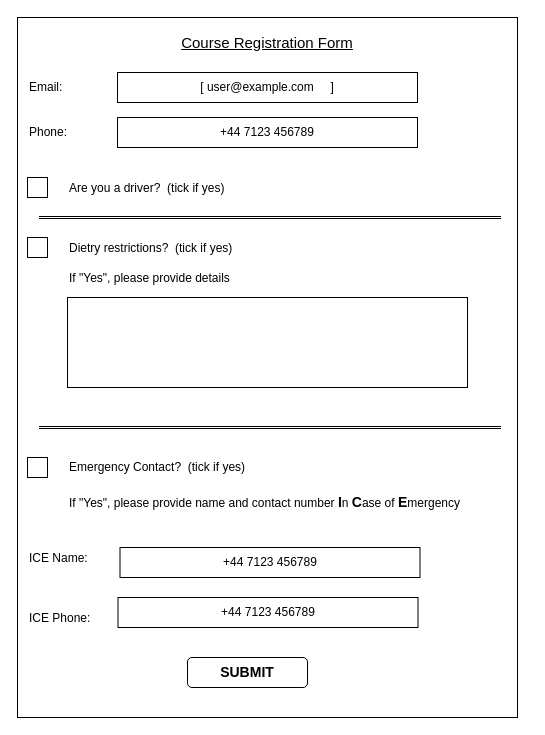
Earlier version of the draw.io diagram design/wireframes/course_registration_form.drawio (CheyenneMDavid/foraging-link-ui). Source tidied: cells renumbered, new cells numbered last; positions are measured from the earlier drawing's top-left corner, leaving out a move shared by most shapes. Both pictures are drawn from the tidied source at 100%, with x=0, y=0 at pixel (17, 17).
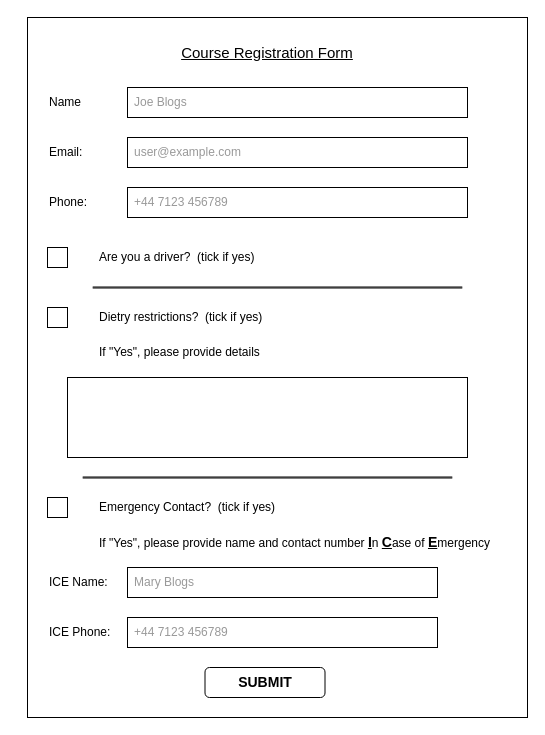
The same page after the edit.

Commit message:
Added 'Name' field and clarified the placeholders

What changed in the source:
```diff
@@
-    <mxCell id="2" style="rounded=0;whiteSpace=wrap;html=1;align=left;" parent="1" vertex="1">
-      <mxGeometry width="500" height="700" as="geometry" />
+    <mxCell id="2" style="rounded=0;whiteSpace=wrap;html=1;align=left;verticalAlign=middle;" parent="1" vertex="1">
+      <mxGeometry x="10" width="500" height="700" as="geometry" />
     </mxCell>
     <mxCell id="3" value="Email:" style="text;html=1;align=left;verticalAlign=middle;whiteSpace=wrap;rounded=0;" parent="1" vertex="1">
-      <mxGeometry x="10" y="55" width="50" height="30" as="geometry" />
+      <mxGeometry x="30" y="120" width="70" height="30" as="geometry" />
     </mxCell>
-    <mxCell id="4" value="[ user@example.com&amp;nbsp; &amp;nbsp; &amp;nbsp;]" style="rounded=0;whiteSpace=wrap;html=1;align=center;" parent="1" vertex="1">
-      <mxGeometry x="100" y="55" width="300" height="30" as="geometry" />
+    <mxCell id="4" value="user@example.com" style="rounded=0;whiteSpace=wrap;html=1;align=left;verticalAlign=middle;spacingLeft=5;fontColor=#999999;" parent="1" vertex="1">
+      <mxGeometry x="110" y="120" width="340" height="30" as="geometry" />
     </mxCell>
     <mxCell id="5" value="Course Registration Form" style="text;html=1;align=center;verticalAlign=middle;whiteSpace=wrap;rounded=0;flipH=0;flipV=1;fontSize=15;fontStyle=4;" parent="1" vertex="1">
-      <mxGeometry y="10" width="500" height="30" as="geometry" />
+      <mxGeometry y="20" width="500" height="30" as="geometry" />
     </mxCell>
     <mxCell id="6" value="Phone:" style="text;html=1;align=left;verticalAlign=middle;whiteSpace=wrap;rounded=0;" parent="1" vertex="1">
-      <mxGeometry x="10" y="100" width="50" height="30" as="geometry" />
+      <mxGeometry x="30" y="170" width="70" height="30" as="geometry" />
     </mxCell>
-    <mxCell id="7" style="rounded=0;whiteSpace=wrap;html=1;" parent="1" vertex="1">
-      <mxGeometry x="10" y="160" width="20" height="20" as="geometry" />
+    <mxCell id="7" style="rounded=0;whiteSpace=wrap;html=1;verticalAlign=middle;" parent="1" vertex="1">
+      <mxGeometry x="30" y="230" width="20" height="20" as="geometry" />
     </mxCell>
-    <mxCell id="8" value="+44 7123 456789" style="rounded=0;whiteSpace=wrap;html=1;align=center;" parent="1" vertex="1">
-      <mxGeometry x="100" y="100" width="300" height="30" as="geometry" />
+    <mxCell id="8" value="+44 7123 456789" style="rounded=0;whiteSpace=wrap;html=1;align=left;verticalAlign=middle;spacingLeft=5;fontColor=#999999;" parent="1" vertex="1">
+      <mxGeometry x="110" y="170" width="340" height="30" as="geometry" />
     </mxCell>
-    <mxCell id="9" value="Are you a driver?&amp;nbsp; (tick if yes)" style="text;html=1;align=left;verticalAlign=bottom;whiteSpace=wrap;rounded=0;" parent="1" vertex="1">
-      <mxGeometry x="50" y="160" width="202.5" height="20" as="geometry" />
+    <mxCell id="9" value="Are you a driver?&amp;nbsp; (tick if yes)" style="text;html=1;align=left;verticalAlign=middle;whiteSpace=wrap;rounded=0;" parent="1" vertex="1">
+      <mxGeometry x="80" y="230" width="202.5" height="20" as="geometry" />
     </mxCell>
-    <mxCell id="10" value="Dietry restrictions?&amp;nbsp; (tick if yes)" style="text;html=1;align=left;verticalAlign=bottom;whiteSpace=wrap;rounded=0;" parent="1" vertex="1">
-      <mxGeometry x="50" y="220" width="212.5" height="20" as="geometry" />
+    <mxCell id="10" value="Dietry restrictions?&amp;nbsp; (tick if yes)" style="text;html=1;align=left;verticalAlign=middle;whiteSpace=wrap;rounded=0;" parent="1" vertex="1">
+      <mxGeometry x="80" y="290" width="212.5" height="20" as="geometry" />
     </mxCell>
-    <mxCell id="11" style="rounded=0;whiteSpace=wrap;html=1;" parent="1" vertex="1">
-      <mxGeometry x="10" y="220" width="20" height="20" as="geometry" />
+    <mxCell id="11" style="rounded=0;whiteSpace=wrap;html=1;verticalAlign=middle;" parent="1" vertex="1">
+      <mxGeometry x="30" y="290" width="20" height="20" as="geometry" />
     </mxCell>
     <mxCell id="12" value="Emergency Contact?&amp;nbsp; (tick if yes)" style="text;html=1;align=left;verticalAlign=middle;whiteSpace=wrap;rounded=0;" parent="1" vertex="1">
-      <mxGeometry x="50" y="440" width="190" height="20" as="geometry" />
+      <mxGeometry x="80" y="480" width="190" height="20" as="geometry" />
     </mxCell>
-    <mxCell id="13" value="If &quot;Yes&quot;, please provide details" style="text;html=1;align=left;verticalAlign=bottom;whiteSpace=wrap;rounded=0;" parent="1" vertex="1">
-      <mxGeometry x="50" y="240" width="185" height="30" as="geometry" />
+    <mxCell id="13" value="If &quot;Yes&quot;, please provide details" style="text;html=1;align=left;verticalAlign=middle;whiteSpace=wrap;rounded=0;" parent="1" vertex="1">
+      <mxGeometry x="80" y="320" width="185" height="30" as="geometry" />
     </mxCell>
-    <mxCell id="14" style="shape=link;html=1;align=center;horizontal=0;verticalAlign=top;width=2;" parent="1" edge="1">
+    <mxCell id="14" style="shape=link;html=1;align=center;horizontal=0;verticalAlign=middle;width=1;" parent="1" edge="1">
       <mxGeometry relative="1" as="geometry">
-        <mxPoint x="21.5" y="200" as="sourcePoint" />
-        <mxPoint x="483.5" y="200" as="targetPoint" />
+        <mxPoint x="75.2" y="270" as="sourcePoint" />
+        <mxPoint x="444.8" y="270" as="targetPoint" />
+        <Array as="points">
+          <mxPoint x="232.5" y="270" />
+        </Array>
       </mxGeometry>
     </mxCell>
-    <mxCell id="15" style="shape=link;html=1;align=center;horizontal=0;verticalAlign=top;width=2;" parent="1" edge="1">
-      <mxGeometry relative="1" as="geometry">
-        <mxPoint x="21.5" y="410" as="sourcePoint" />
-        <mxPoint x="483.5" y="410" as="targetPoint" />
-      </mxGeometry>
-    </mxCell>
-    <mxCell id="16" style="rounded=0;whiteSpace=wrap;html=1;" parent="1" vertex="1">
-      <mxGeometry x="50" y="280" width="400" height="90" as="geometry" />
+    <mxCell id="16" style="rounded=0;whiteSpace=wrap;html=1;verticalAlign=middle;" parent="1" vertex="1">
+      <mxGeometry x="50" y="360" width="400" height="80" as="geometry" />
     </mxCell>
-    <mxCell id="17" style="rounded=0;whiteSpace=wrap;html=1;" parent="1" vertex="1">
-      <mxGeometry x="10" y="440" width="20" height="20" as="geometry" />
+    <mxCell id="17" style="rounded=0;whiteSpace=wrap;html=1;verticalAlign=middle;" parent="1" vertex="1">
+      <mxGeometry x="30" y="480" width="20" height="20" as="geometry" />
     </mxCell>
-    <mxCell id="18" value="If &quot;Yes&quot;, please provide name and contact number &lt;b&gt;&lt;font style=&quot;font-size: 14px;&quot;&gt;I&lt;/font&gt;&lt;/b&gt;n &lt;b&gt;&lt;font style=&quot;font-size: 14px;&quot;&gt;C&lt;/font&gt;&lt;/b&gt;ase of &lt;b&gt;&lt;font style=&quot;font-size: 14px;&quot;&gt;E&lt;/font&gt;&lt;/b&gt;mergency" style="text;html=1;align=left;verticalAlign=middle;whiteSpace=wrap;rounded=0;" parent="1" vertex="1">
-      <mxGeometry x="50" y="470" width="410" height="30" as="geometry" />
+    <mxCell id="18" value="If &quot;Yes&quot;, please provide name and contact number &lt;b&gt;&lt;font style=&quot;font-size: 14px;&quot;&gt;&lt;u&gt;I&lt;/u&gt;&lt;/font&gt;&lt;/b&gt;n &lt;b&gt;&lt;font style=&quot;font-size: 14px;&quot;&gt;&lt;u&gt;C&lt;/u&gt;&lt;/font&gt;&lt;/b&gt;ase of &lt;b&gt;&lt;font style=&quot;font-size: 14px;&quot;&gt;&lt;u&gt;E&lt;/u&gt;&lt;/font&gt;&lt;/b&gt;mergency" style="text;html=1;align=left;verticalAlign=middle;whiteSpace=wrap;rounded=0;" parent="1" vertex="1">
+      <mxGeometry x="80" y="510" width="410" height="30" as="geometry" />
     </mxCell>
-    <mxCell id="19" value="ICE Name:" style="text;html=1;align=left;verticalAlign=bottom;whiteSpace=wrap;rounded=0;" parent="1" vertex="1">
-      <mxGeometry x="10" y="520" width="80" height="30" as="geometry" />
+    <mxCell id="19" value="ICE Name:" style="text;html=1;align=left;verticalAlign=middle;whiteSpace=wrap;rounded=0;" parent="1" vertex="1">
+      <mxGeometry x="30" y="550" width="80" height="30" as="geometry" />
     </mxCell>
-    <mxCell id="20" value="+44 7123 456789" style="rounded=0;whiteSpace=wrap;html=1;align=center;" parent="1" vertex="1">
-      <mxGeometry x="102.5" y="530" width="300" height="30" as="geometry" />
+    <mxCell id="20" value="Mary Blogs" style="rounded=0;whiteSpace=wrap;html=1;align=left;verticalAlign=middle;spacingLeft=5;fontColor=#999999;" parent="1" vertex="1">
+      <mxGeometry x="110" y="550" width="310" height="30" as="geometry" />
     </mxCell>
-    <mxCell id="21" value="+44 7123 456789" style="rounded=0;whiteSpace=wrap;html=1;align=center;verticalAlign=middle;" parent="1" vertex="1">
-      <mxGeometry x="100.5" y="580" width="300" height="30" as="geometry" />
+    <mxCell id="21" value="+44 7123 456789" style="rounded=0;whiteSpace=wrap;html=1;align=left;verticalAlign=middle;spacingLeft=5;fontColor=#999999;" parent="1" vertex="1">
+      <mxGeometry x="110" y="600" width="310" height="30" as="geometry" />
     </mxCell>
-    <mxCell id="22" value="ICE Phone:" style="text;html=1;align=left;verticalAlign=bottom;whiteSpace=wrap;rounded=0;" parent="1" vertex="1">
-      <mxGeometry x="10" y="580" width="80" height="30" as="geometry" />
+    <mxCell id="22" value="ICE Phone:" style="text;html=1;align=left;verticalAlign=middle;whiteSpace=wrap;rounded=0;" parent="1" vertex="1">
+      <mxGeometry x="30" y="600" width="70" height="30" as="geometry" />
     </mxCell>
-    <mxCell id="23" value="&lt;b&gt;&lt;font style=&quot;font-size: 14px;&quot;&gt;SUBMIT&lt;/font&gt;&lt;/b&gt;" style="rounded=1;whiteSpace=wrap;html=1;" parent="1" vertex="1">
-      <mxGeometry x="170" y="640" width="120" height="30" as="geometry" />
+    <mxCell id="23" value="&lt;b&gt;&lt;font style=&quot;font-size: 14px;&quot;&gt;SUBMIT&lt;/font&gt;&lt;/b&gt;" style="rounded=1;whiteSpace=wrap;html=1;verticalAlign=middle;" parent="1" vertex="1">
+      <mxGeometry x="187.5" y="650" width="120" height="30" as="geometry" />
     </mxCell>
+    <mxCell id="24" value="Name" style="text;html=1;align=left;verticalAlign=middle;whiteSpace=wrap;rounded=0;" parent="1" vertex="1">
+      <mxGeometry x="30" y="70" width="70" height="30" as="geometry" />
+    </mxCell>
+    <mxCell id="25" value="Joe Blogs" style="rounded=0;whiteSpace=wrap;html=1;align=left;spacingLeft=5;fontColor=#999999;" parent="1" vertex="1">
+      <mxGeometry x="110" y="70" width="340" height="30" as="geometry" />
+    </mxCell>
+    <mxCell id="26" style="shape=link;html=1;align=center;horizontal=0;verticalAlign=middle;width=1;" parent="1" edge="1">
+      <mxGeometry relative="1" as="geometry">
+        <mxPoint x="65.2" y="460" as="sourcePoint" />
+        <mxPoint x="434.8" y="460" as="targetPoint" />
+        <Array as="points">
+          <mxPoint x="222.5" y="460" />
+        </Array>
+      </mxGeometry>
+    </mxCell>
```
